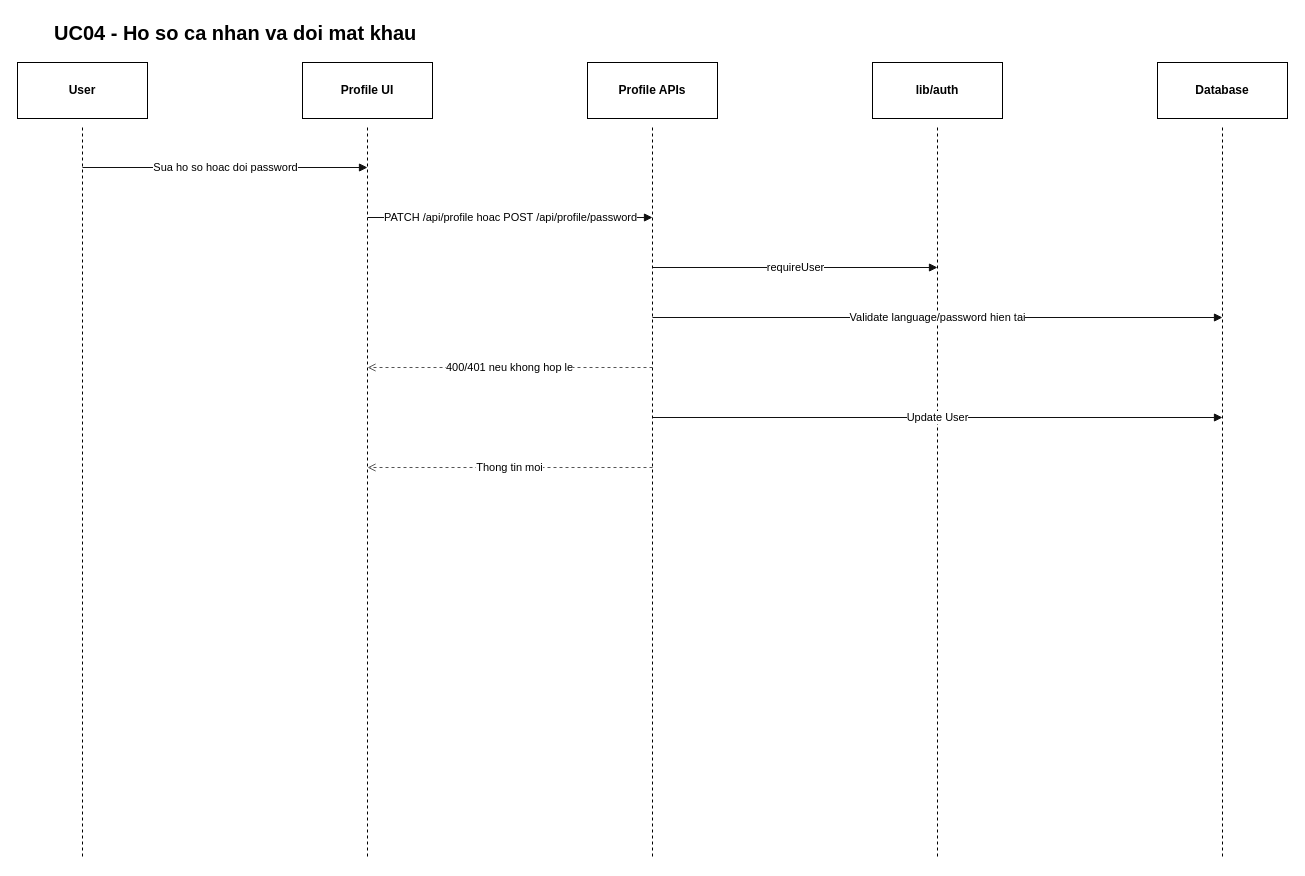
Above: page "Hồ sơ cá nhân" (4 of 22) of finncenter-sequence-diagrams.drawio in vunguyen00/final-pj (draw.io), before the change. Source tidied: cells renumbered, new cells numbered last; positions are measured from the earlier drawing's top-left corner, leaving out a move shared by most shapes. Both pictures are drawn from the tidied source at 100%, with x=0, y=0 at pixel (17, 17).
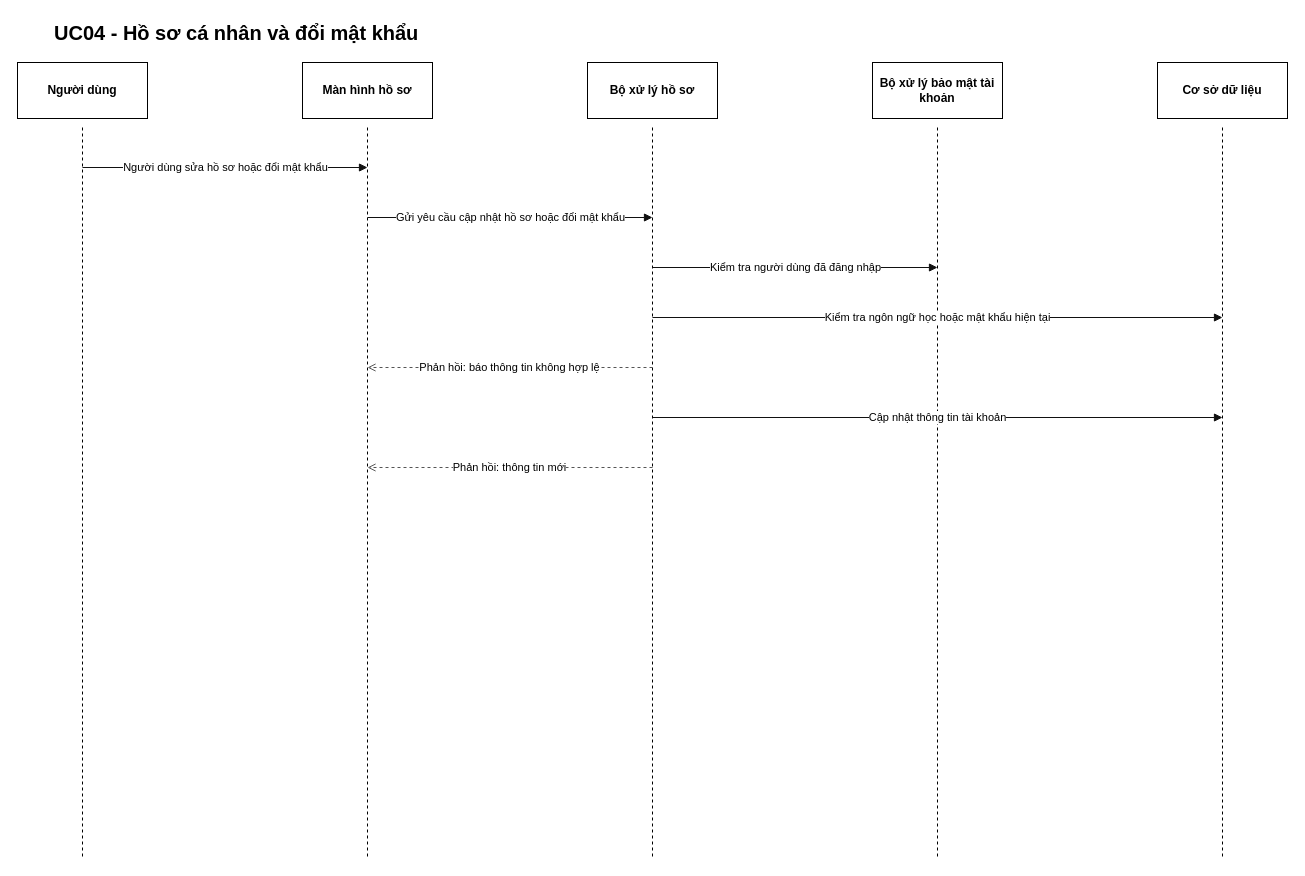
The same diagram, later.

The edit, as a diff of the source:
```diff
@@
-    <mxCell id="2" value="UC04 - Ho so ca nhan va doi mat khau" style="text;html=1;strokeColor=none;fillColor=none;align=left;verticalAlign=middle;whiteSpace=wrap;rounded=0;fontSize=20;fontStyle=1;" parent="1" vertex="1">
+    <mxCell id="2" value="UC04 - Hồ sơ cá nhân và đổi mật khẩu" style="text;html=1;strokeColor=none;fillColor=none;align=left;verticalAlign=middle;whiteSpace=wrap;rounded=0;fontSize=20;fontStyle=1;" parent="1" vertex="1">
       <mxGeometry x="35" width="760" height="30" as="geometry" />
     </mxCell>
-    <mxCell id="3" value="User" style="rounded=0;whiteSpace=wrap;html=1;fontStyle=1;fillColor=#ffffff;strokeColor=#000000;" parent="1" vertex="1">
+    <mxCell id="3" value="Người dùng" style="rounded=0;whiteSpace=wrap;html=1;fontStyle=1;fillColor=#ffffff;strokeColor=#000000;" parent="1" vertex="1">
       <mxGeometry y="45" width="130" height="56" as="geometry" />
     </mxCell>
@@
-    <mxCell id="5" value="Profile UI" style="rounded=0;whiteSpace=wrap;html=1;fontStyle=1;fillColor=#ffffff;strokeColor=#000000;" parent="1" vertex="1">
+    <mxCell id="5" value="Màn hình hồ sơ" style="rounded=0;whiteSpace=wrap;html=1;fontStyle=1;fillColor=#ffffff;strokeColor=#000000;" parent="1" vertex="1">
       <mxGeometry x="285" y="45" width="130" height="56" as="geometry" />
     </mxCell>
@@
-    <mxCell id="7" value="Profile APIs" style="rounded=0;whiteSpace=wrap;html=1;fontStyle=1;fillColor=#ffffff;strokeColor=#000000;" parent="1" vertex="1">
+    <mxCell id="7" value="Bộ xử lý hồ sơ" style="rounded=0;whiteSpace=wrap;html=1;fontStyle=1;fillColor=#ffffff;strokeColor=#000000;" parent="1" vertex="1">
       <mxGeometry x="570" y="45" width="130" height="56" as="geometry" />
     </mxCell>
@@
-    <mxCell id="9" value="lib/auth" style="rounded=0;whiteSpace=wrap;html=1;fontStyle=1;fillColor=#ffffff;strokeColor=#000000;" parent="1" vertex="1">
+    <mxCell id="9" value="Bộ xử lý bảo mật tài khoản" style="rounded=0;whiteSpace=wrap;html=1;fontStyle=1;fillColor=#ffffff;strokeColor=#000000;" parent="1" vertex="1">
       <mxGeometry x="855" y="45" width="130" height="56" as="geometry" />
     </mxCell>
@@
-    <mxCell id="11" value="Database" style="rounded=0;whiteSpace=wrap;html=1;fontStyle=1;fillColor=#ffffff;strokeColor=#000000;" parent="1" vertex="1">
+    <mxCell id="11" value="Cơ sở dữ liệu" style="rounded=0;whiteSpace=wrap;html=1;fontStyle=1;fillColor=#ffffff;strokeColor=#000000;" parent="1" vertex="1">
       <mxGeometry x="1140" y="45" width="130" height="56" as="geometry" />
     </mxCell>
@@
-    <mxCell id="13" value="Sua ho so hoac doi password" style="endArrow=block;html=1;rounded=0;strokeWidth=1;strokeColor=#111111;" parent="1" edge="1">
+    <mxCell id="13" value="Người dùng sửa hồ sơ hoặc đổi mật khẩu" style="endArrow=block;html=1;rounded=0;strokeWidth=1;strokeColor=#111111;" parent="1" edge="1">
       <mxGeometry relative="1" as="geometry">
         <mxPoint x="65" y="150" as="sourcePoint" />
         <mxPoint x="350" y="150" as="targetPoint" />
       </mxGeometry>
     </mxCell>
-    <mxCell id="14" value="PATCH /api/profile hoac POST /api/profile/password" style="endArrow=block;html=1;rounded=0;strokeWidth=1;strokeColor=#111111;" parent="1" edge="1">
+    <mxCell id="14" value="Gửi yêu cầu cập nhật hồ sơ hoặc đổi mật khẩu" style="endArrow=block;html=1;rounded=0;strokeWidth=1;strokeColor=#111111;" parent="1" edge="1">
       <mxGeometry relative="1" as="geometry">
         <mxPoint x="350" y="200" as="sourcePoint" />
         <mxPoint x="635" y="200" as="targetPoint" />
       </mxGeometry>
     </mxCell>
-    <mxCell id="15" value="requireUser" style="endArrow=block;html=1;rounded=0;strokeWidth=1;strokeColor=#111111;" parent="1" edge="1">
+    <mxCell id="15" value="Kiểm tra người dùng đã đăng nhập" style="endArrow=block;html=1;rounded=0;strokeWidth=1;strokeColor=#111111;" parent="1" edge="1">
       <mxGeometry relative="1" as="geometry">
         <mxPoint x="635" y="250" as="sourcePoint" />
         <mxPoint x="920" y="250" as="targetPoint" />
       </mxGeometry>
     </mxCell>
-    <mxCell id="16" value="Validate language/password hien tai" style="endArrow=block;html=1;rounded=0;strokeWidth=1;strokeColor=#111111;" parent="1" edge="1">
+    <mxCell id="16" value="Kiểm tra ngôn ngữ học hoặc mật khẩu hiện tại" style="endArrow=block;html=1;rounded=0;strokeWidth=1;strokeColor=#111111;" parent="1" edge="1">
       <mxGeometry relative="1" as="geometry">
         <mxPoint x="635" y="300" as="sourcePoint" />
         <mxPoint x="1205" y="300" as="targetPoint" />
       </mxGeometry>
     </mxCell>
-    <mxCell id="17" value="400/401 neu khong hop le" style="endArrow=open;html=1;rounded=0;dashed=1;strokeWidth=1;strokeColor=#555555;" parent="1" edge="1">
+    <mxCell id="17" value="Phản hồi: báo thông tin không hợp lệ" style="endArrow=open;html=1;rounded=0;dashed=1;strokeWidth=1;strokeColor=#555555;" parent="1" edge="1">
       <mxGeometry relative="1" as="geometry">
         <mxPoint x="635" y="350" as="sourcePoint" />
         <mxPoint x="350" y="350" as="targetPoint" />
       </mxGeometry>
     </mxCell>
-    <mxCell id="18" value="Update User" style="endArrow=block;html=1;rounded=0;strokeWidth=1;strokeColor=#111111;" parent="1" edge="1">
+    <mxCell id="18" value="Cập nhật thông tin tài khoản" style="endArrow=block;html=1;rounded=0;strokeWidth=1;strokeColor=#111111;" parent="1" edge="1">
       <mxGeometry relative="1" as="geometry">
         <mxPoint x="635" y="400" as="sourcePoint" />
         <mxPoint x="1205" y="400" as="targetPoint" />
       </mxGeometry>
     </mxCell>
-    <mxCell id="19" value="Thong tin moi" style="endArrow=open;html=1;rounded=0;dashed=1;strokeWidth=1;strokeColor=#555555;" parent="1" edge="1">
+    <mxCell id="19" value="Phản hồi: thông tin mới" style="endArrow=open;html=1;rounded=0;dashed=1;strokeWidth=1;strokeColor=#555555;" parent="1" edge="1">
       <mxGeometry relative="1" as="geometry">
         <mxPoint x="635" y="450" as="sourcePoint" />
         <mxPoint x="350" y="450" as="targetPoint" />
       </mxGeometry>
     </mxCell>
```
